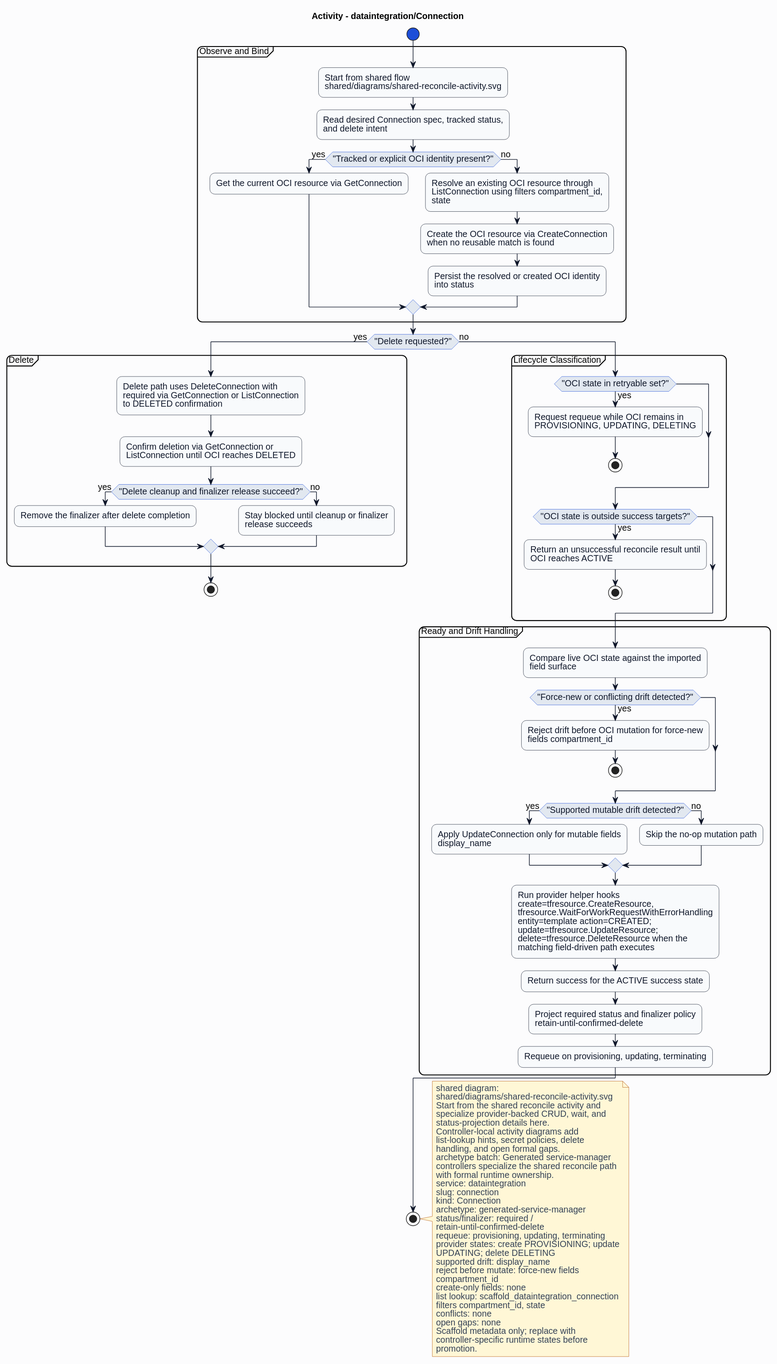
HaoyL666/oci-service-operator keeps this PlantUML diagram as formal/controllers/dataintegration/connection/diagrams/activity.svg. Above is the earlier version.
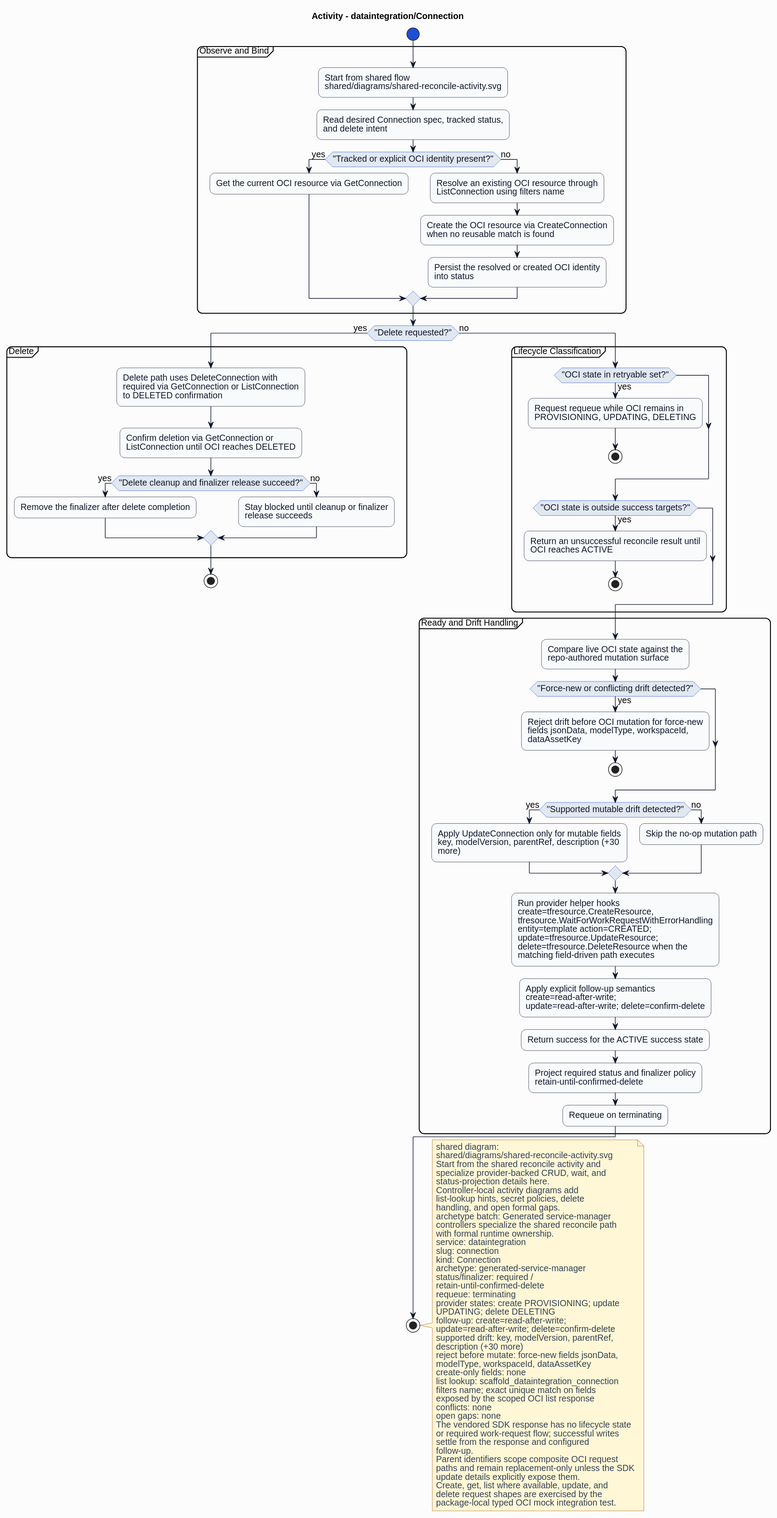
After the change.

Change to the diagram source:
```diff
@@ -27,7 +27,7 @@
 if ("Tracked or explicit OCI identity present?") then (yes)
 :Get the current OCI resource via GetConnection;
 else (no)
-:Resolve an existing OCI resource through\nListConnection using filters compartment_id,\nstate;
+:Resolve an existing OCI resource through\nListConnection using filters name;
 :Create the OCI resource via CreateConnection\nwhen no reusable match is found;
 :Persist the resolved or created OCI identity\ninto status;
 endif
@@ -55,20 +55,21 @@
 endif
 }
 partition "Ready and Drift Handling" {
-:Compare live OCI state against the imported\nfield surface;
+:Compare live OCI state against the\nrepo-authored mutation surface;
 if ("Force-new or conflicting drift detected?") then (yes)
-:Reject drift before OCI mutation for force-new\nfields compartment_id;
+:Reject drift before OCI mutation for force-new\nfields jsonData, modelType, workspaceId,\ndataAssetKey;
 stop
 endif
 if ("Supported mutable drift detected?") then (yes)
-:Apply UpdateConnection only for mutable fields\ndisplay_name;
+:Apply UpdateConnection only for mutable fields\nkey, modelVersion, parentRef, description (+30\nmore);
 else (no)
 :Skip the no-op mutation path;
 endif
 :Run provider helper hooks\ncreate=tfresource.CreateResource,\ntfresource.WaitForWorkRequestWithErrorHandling\nentity=template action=CREATED;\nupdate=tfresource.UpdateResource;\ndelete=tfresource.DeleteResource when the\nmatching field-driven path executes;
+:Apply explicit follow-up semantics\ncreate=read-after-write;\nupdate=read-after-write; delete=confirm-delete;
 :Return success for the ACTIVE success state;
 :Project required status and finalizer policy\nretain-until-confirmed-delete;
-:Requeue on provisioning, updating, terminating;
+:Requeue on terminating;
 }
 endif
 stop
@@ -90,19 +91,30 @@
 archetype: generated-service-manager
 status/finalizer: required /
 retain-until-confirmed-delete
-requeue: provisioning, updating, terminating
+requeue: terminating
 provider states: create PROVISIONING; update
 UPDATING; delete DELETING
-supported drift: display_name
-reject before mutate: force-new fields
-compartment_id
+follow-up: create=read-after-write;
+update=read-after-write; delete=confirm-delete
+supported drift: key, modelVersion, parentRef,
+description (+30 more)
+reject before mutate: force-new fields jsonData,
+modelType, workspaceId, dataAssetKey
 create-only fields: none
 list lookup: scaffold_dataintegration_connection
-filters compartment_id, state
+filters name; exact unique match on fields
+exposed by the scoped OCI list response
 conflicts: none
 open gaps: none
-Scaffold metadata only; replace with
-controller-specific runtime states before
-promotion.
+The vendored SDK response has no lifecycle state
+or required work-request flow; successful writes
+settle from the response and configured
+follow-up.
+Parent identifiers scope composite OCI request
+paths and remain replacement-only unless the SDK
+update details explicitly expose them.
+Create, get, list where available, update, and
+delete request shapes are exercised by the
+package-local typed OCI mock integration test.
 end note
 @enduml
```
